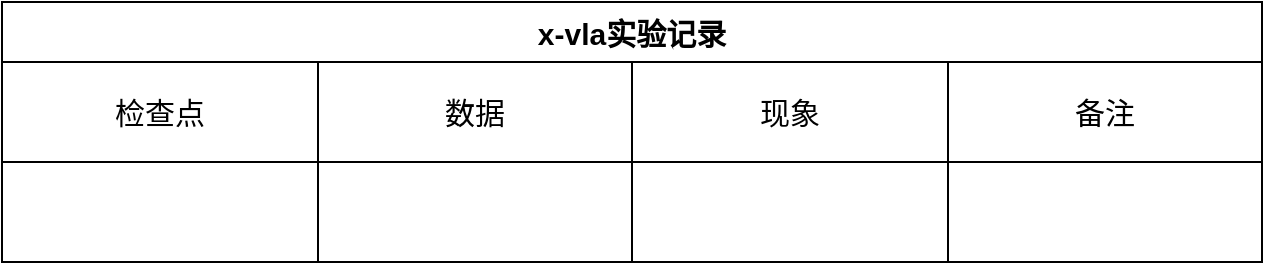
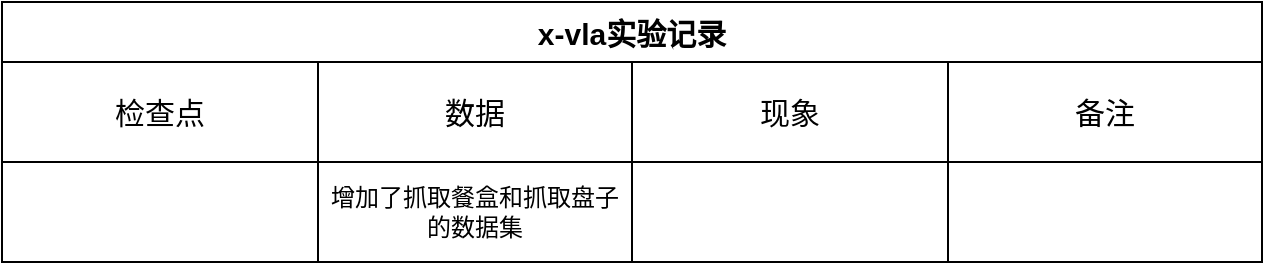
<mxfile host="app.diagrams.net">
  <diagram name="第 1 页" id="bbv3KnApaKkcxtFHJsaO">
    <mxGraphModel dx="1344" dy="764" grid="1" gridSize="10" guides="1" tooltips="1" connect="1" arrows="1" fold="1" page="1" pageScale="1" pageWidth="827" pageHeight="1169" math="0" shadow="0">
      <root>
        <mxCell id="0" />
        <mxCell id="1" parent="0" />
        <mxCell id="XuZmM4o7l536D6S7MHI1-1" parent="1" style="shape=table;startSize=30;container=1;collapsible=0;childLayout=tableLayout;fixedHeader=1;fontSize=15;fontStyle=1" value="x-vla实验记录" vertex="1">
          <mxGeometry height="130" width="630" x="120" y="120" as="geometry" />
        </mxCell>
        <mxCell id="XuZmM4o7l536D6S7MHI1-2" parent="XuZmM4o7l536D6S7MHI1-1" style="shape=tableRow;horizontal=0;startSize=0;swimlaneHead=0;swimlaneBody=0;strokeColor=inherit;top=0;left=0;bottom=0;right=0;collapsible=0;dropTarget=0;fillColor=none;points=[[0,0.5],[1,0.5]];portConstraint=eastwest;fixedHeader=1;" value="" vertex="1">
          <mxGeometry height="50" width="630" y="30" as="geometry" />
        </mxCell>
        <mxCell id="XuZmM4o7l536D6S7MHI1-3" parent="XuZmM4o7l536D6S7MHI1-2" style="shape=partialRectangle;html=1;whiteSpace=wrap;connectable=0;strokeColor=inherit;overflow=hidden;fillColor=none;top=0;left=0;bottom=0;right=0;pointerEvents=1;fontSize=15;" value="检查点" vertex="1">
          <mxGeometry height="50" width="158" as="geometry">
            <mxRectangle height="50" width="158" as="alternateBounds" />
          </mxGeometry>
        </mxCell>
        <mxCell id="XuZmM4o7l536D6S7MHI1-4" parent="XuZmM4o7l536D6S7MHI1-2" style="shape=partialRectangle;html=1;whiteSpace=wrap;connectable=0;strokeColor=inherit;overflow=hidden;fillColor=none;top=0;left=0;bottom=0;right=0;pointerEvents=1;fontSize=15;" value="数据" vertex="1">
          <mxGeometry height="50" width="157" x="158" as="geometry">
            <mxRectangle height="50" width="157" as="alternateBounds" />
          </mxGeometry>
        </mxCell>
        <mxCell id="XuZmM4o7l536D6S7MHI1-5" parent="XuZmM4o7l536D6S7MHI1-2" style="shape=partialRectangle;html=1;whiteSpace=wrap;connectable=0;strokeColor=inherit;overflow=hidden;fillColor=none;top=0;left=0;bottom=0;right=0;pointerEvents=1;fontSize=15;" value="现象" vertex="1">
          <mxGeometry height="50" width="158" x="315" as="geometry">
            <mxRectangle height="50" width="158" as="alternateBounds" />
          </mxGeometry>
        </mxCell>
        <mxCell id="XuZmM4o7l536D6S7MHI1-6" parent="XuZmM4o7l536D6S7MHI1-2" style="shape=partialRectangle;html=1;whiteSpace=wrap;connectable=0;strokeColor=inherit;overflow=hidden;fillColor=none;top=0;left=0;bottom=0;right=0;pointerEvents=1;fontSize=15;" value="备注" vertex="1">
          <mxGeometry height="50" width="157" x="473" as="geometry">
            <mxRectangle height="50" width="157" as="alternateBounds" />
          </mxGeometry>
        </mxCell>
        <mxCell id="XuZmM4o7l536D6S7MHI1-7" parent="XuZmM4o7l536D6S7MHI1-1" style="shape=tableRow;horizontal=0;startSize=0;swimlaneHead=0;swimlaneBody=0;strokeColor=inherit;top=0;left=0;bottom=0;right=0;collapsible=0;dropTarget=0;fillColor=none;points=[[0,0.5],[1,0.5]];portConstraint=eastwest;fixedHeader=1;" value="" vertex="1">
          <mxGeometry height="50" width="630" y="80" as="geometry" />
        </mxCell>
        <mxCell id="XuZmM4o7l536D6S7MHI1-8" parent="XuZmM4o7l536D6S7MHI1-7" style="shape=partialRectangle;html=1;whiteSpace=wrap;connectable=0;strokeColor=inherit;overflow=hidden;fillColor=none;top=0;left=0;bottom=0;right=0;pointerEvents=1;" value="" vertex="1">
          <mxGeometry height="50" width="158" as="geometry">
            <mxRectangle height="50" width="158" as="alternateBounds" />
          </mxGeometry>
        </mxCell>
-         <mxCell id="XuZmM4o7l536D6S7MHI1-9" parent="XuZmM4o7l536D6S7MHI1-7" style="shape=partialRectangle;html=1;whiteSpace=wrap;connectable=0;strokeColor=inherit;overflow=hidden;fillColor=none;top=0;left=0;bottom=0;right=0;pointerEvents=1;" value="" vertex="1">
+         <mxCell id="XuZmM4o7l536D6S7MHI1-9" parent="XuZmM4o7l536D6S7MHI1-7" style="shape=partialRectangle;html=1;whiteSpace=wrap;connectable=0;strokeColor=inherit;overflow=hidden;fillColor=none;top=0;left=0;bottom=0;right=0;pointerEvents=1;" value="增加了抓取餐盒和抓取盘子的数据集" vertex="1">
          <mxGeometry height="50" width="157" x="158" as="geometry">
            <mxRectangle height="50" width="157" as="alternateBounds" />
          </mxGeometry>
        </mxCell>
        <mxCell id="XuZmM4o7l536D6S7MHI1-10" parent="XuZmM4o7l536D6S7MHI1-7" style="shape=partialRectangle;html=1;whiteSpace=wrap;connectable=0;strokeColor=inherit;overflow=hidden;fillColor=none;top=0;left=0;bottom=0;right=0;pointerEvents=1;" value="" vertex="1">
          <mxGeometry height="50" width="158" x="315" as="geometry">
            <mxRectangle height="50" width="158" as="alternateBounds" />
          </mxGeometry>
        </mxCell>
        <mxCell id="XuZmM4o7l536D6S7MHI1-11" parent="XuZmM4o7l536D6S7MHI1-7" style="shape=partialRectangle;html=1;whiteSpace=wrap;connectable=0;strokeColor=inherit;overflow=hidden;fillColor=none;top=0;left=0;bottom=0;right=0;pointerEvents=1;" value="" vertex="1">
          <mxGeometry height="50" width="157" x="473" as="geometry">
            <mxRectangle height="50" width="157" as="alternateBounds" />
          </mxGeometry>
        </mxCell>
      </root>
    </mxGraphModel>
  </diagram>
</mxfile>
